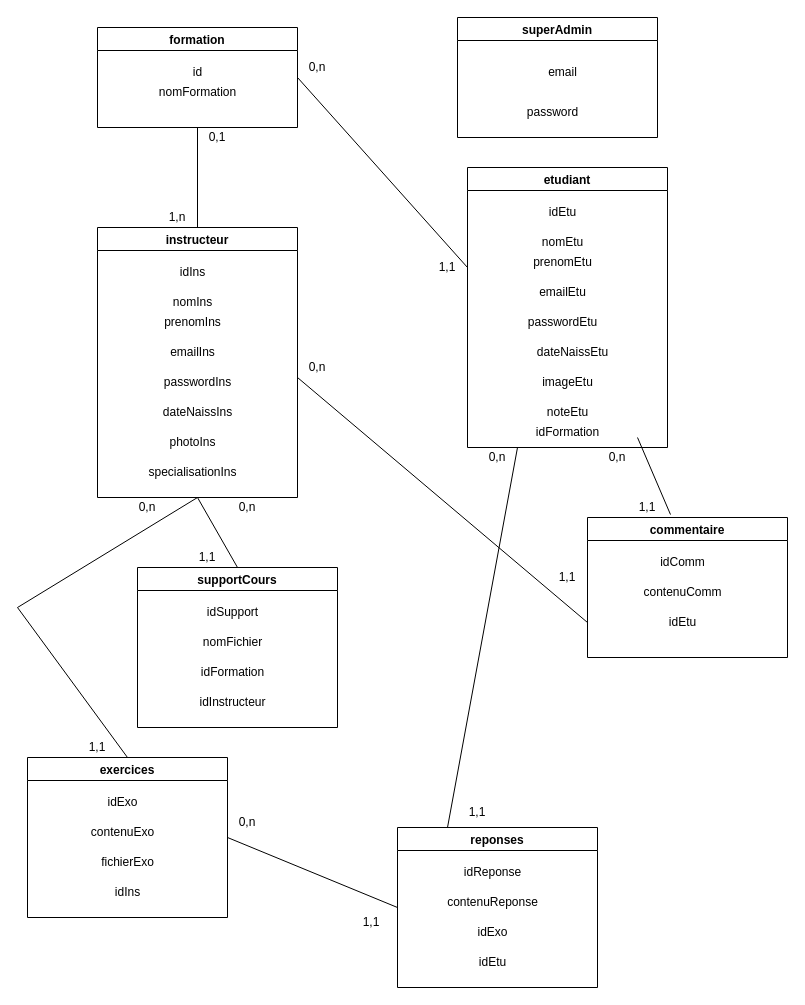
Before: Diagramme sans nom.drawio in Lvmzoo-Dev/hackaton_gomycode, a draw.io diagram. Source tidied: cells renumbered, new cells numbered last; positions are measured from the earlier drawing's top-left corner, leaving out a move shared by most shapes. Both pictures are drawn from the tidied source at 100%, with x=0, y=0 at pixel (17, 17).
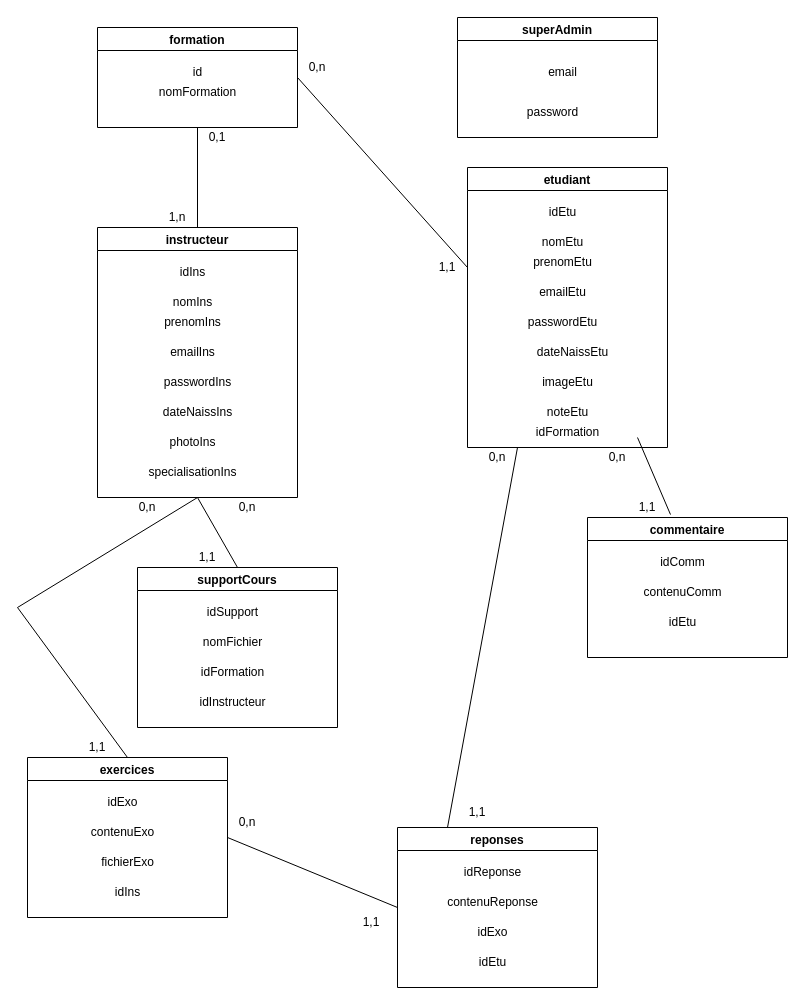
Above is the later version.

Commit message:
Mettre à jour Diagramme.drawio

Unchanged cells that the change refers to:
```xml
<mxCell id="32" value="commentaire" style="swimlane;" parent="1" vertex="1">
  <mxGeometry x="570" y="500" width="200" height="140" as="geometry" />
</mxCell>
```

What changed in the source:
```diff
@@
-    <mxCell id="67" style="endArrow=none;html=1;rounded=0;entryX=0;entryY=0.75;entryDx=0;entryDy=0;" parent="1" edge="1" target="32">
-      <mxGeometry relative="1" as="geometry">
-        <mxPoint x="280" y="360" as="sourcePoint" />
-      </mxGeometry>
-    </mxCell>
-    <mxCell id="68" value="0,n" style="text;html=1;strokeColor=none;fillColor=none;align=center;verticalAlign=middle;whiteSpace=wrap;rounded=0;" parent="1" vertex="1">
-      <mxGeometry x="280" y="340" width="40" height="20" as="geometry" />
-    </mxCell>
-    <mxCell id="69" value="1,1" style="text;html=1;strokeColor=none;fillColor=none;align=center;verticalAlign=middle;whiteSpace=wrap;rounded=0;" parent="1" vertex="1">
-      <mxGeometry x="530" y="550" width="40" height="20" as="geometry" />
-    </mxCell>
```
